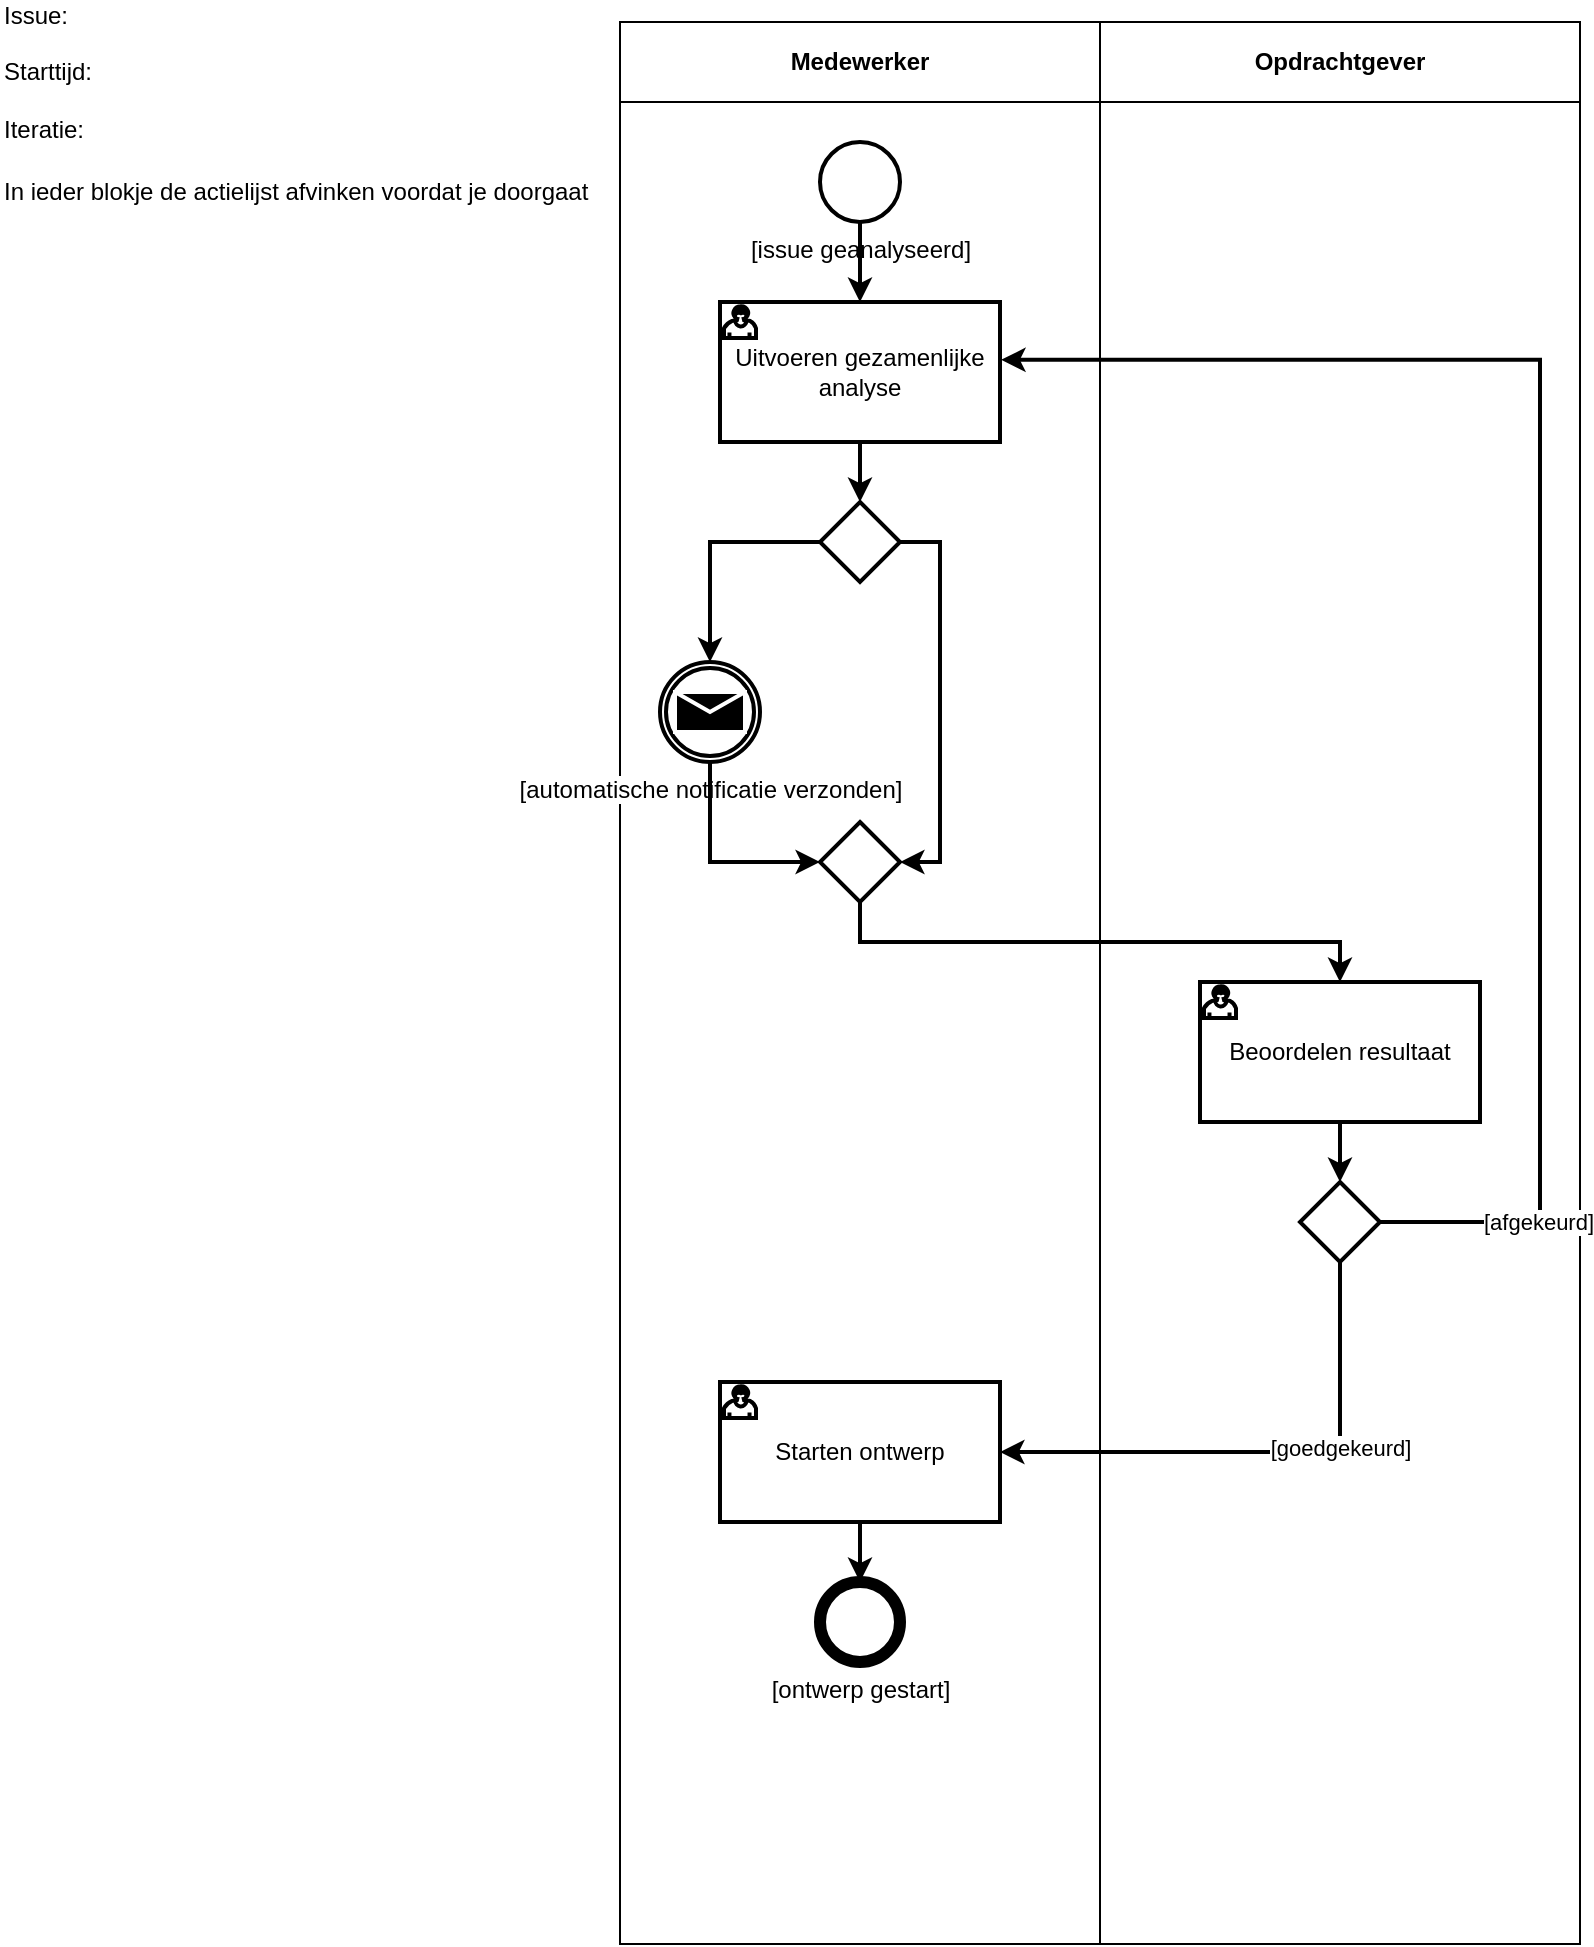
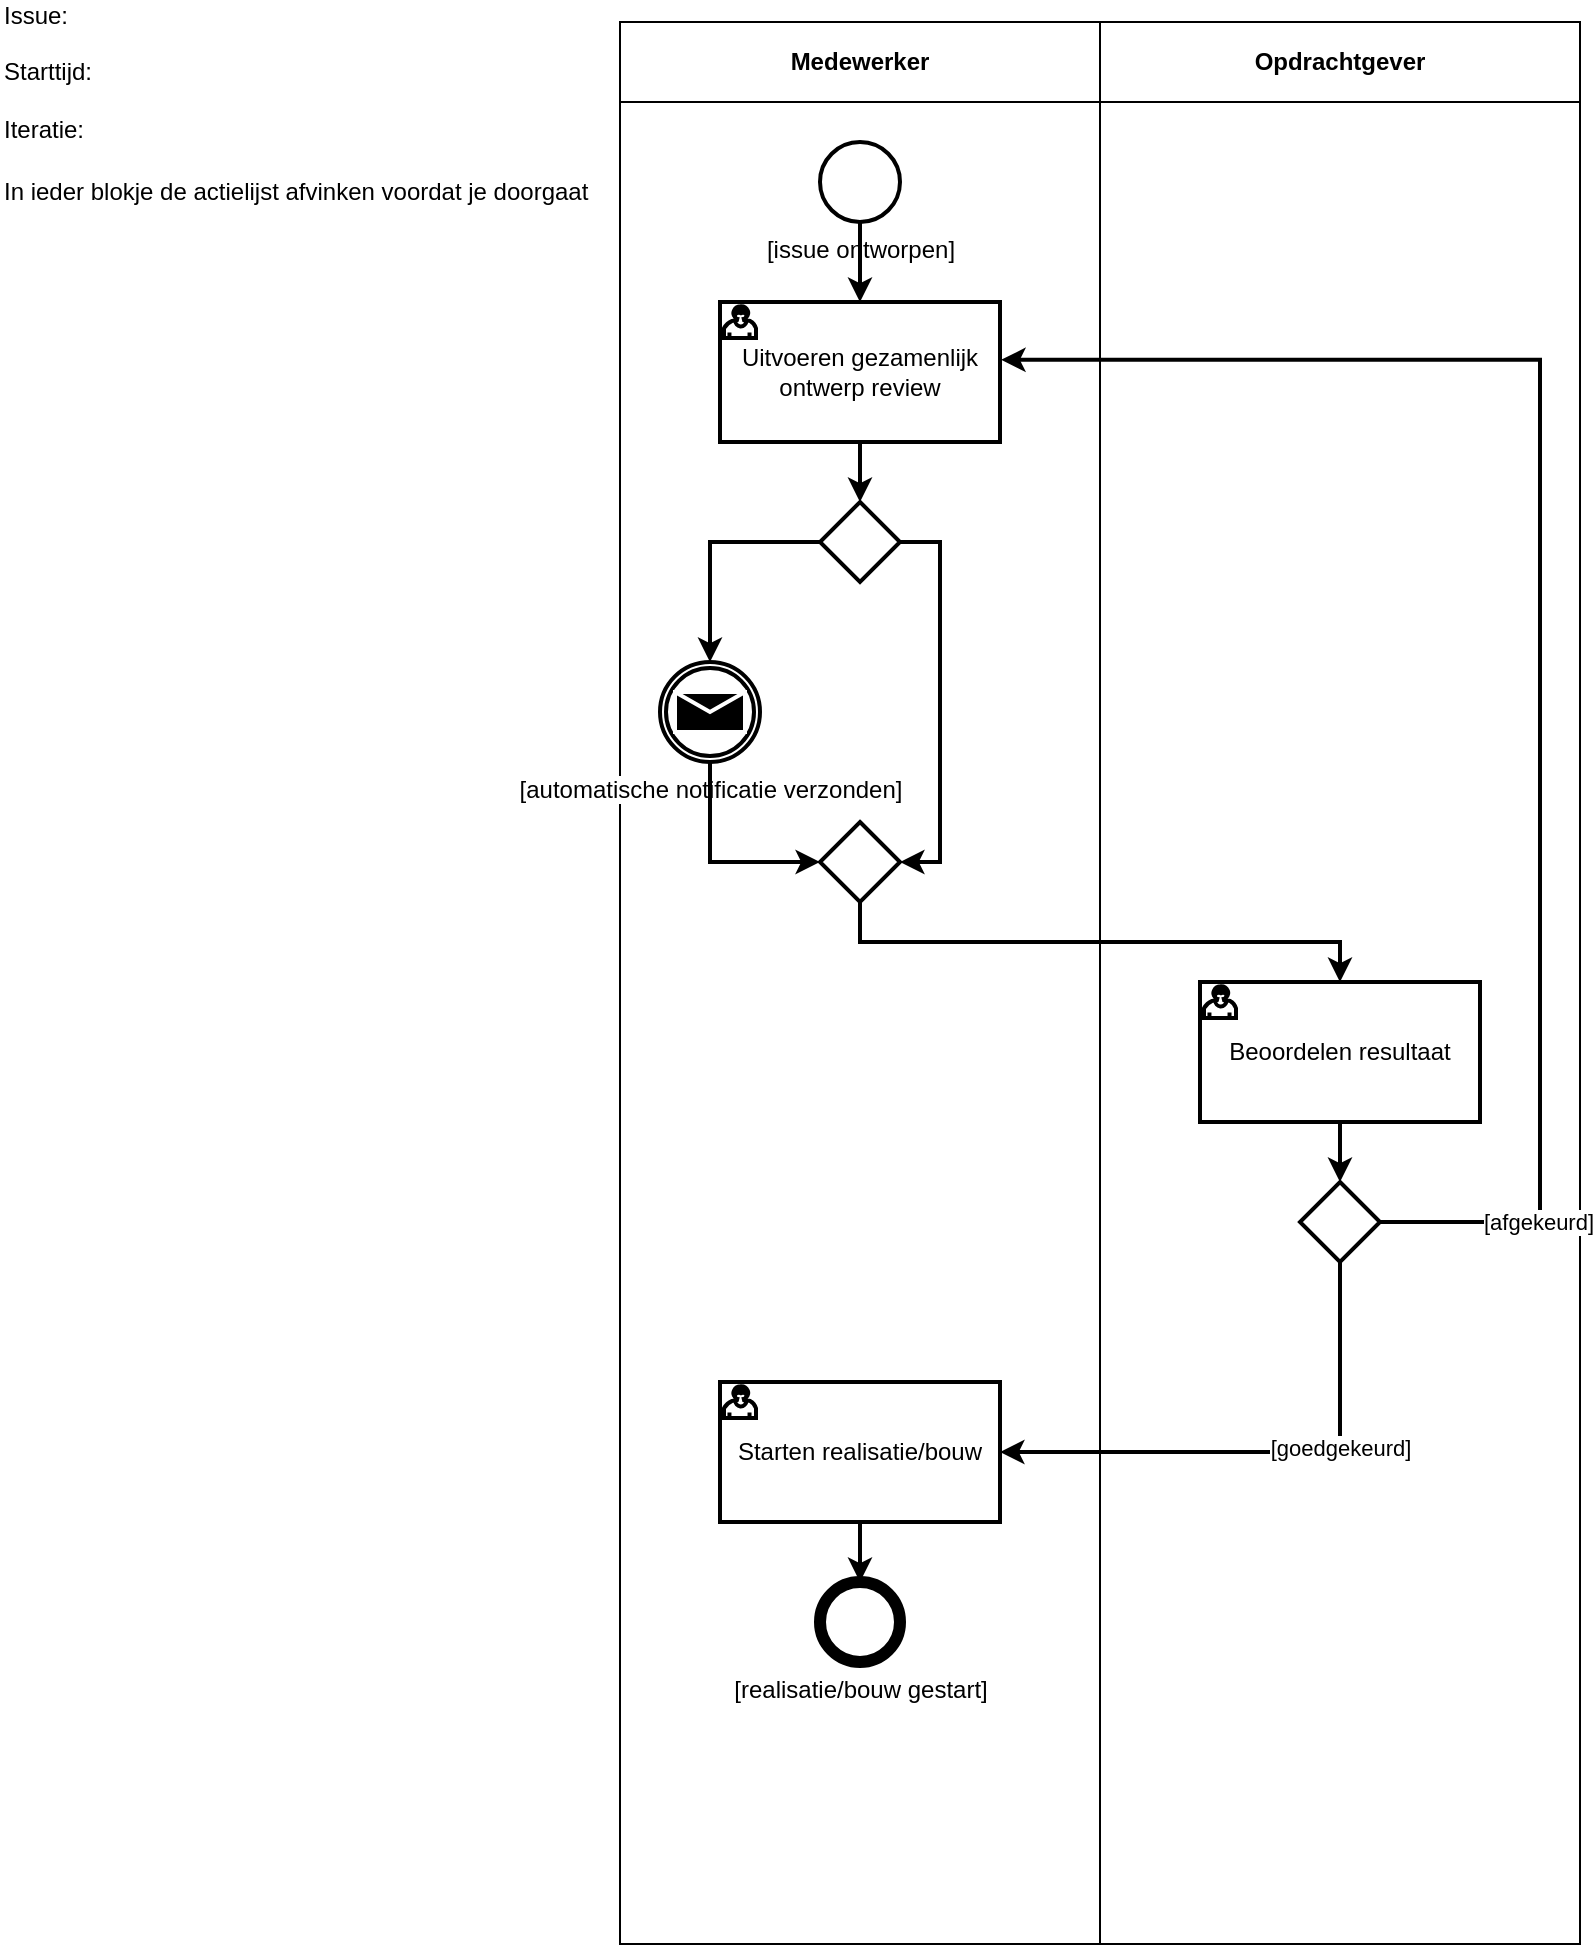
<mxfile host="Electron" agent="Mozilla/5.0 (Windows NT 10.0; Win64; x64) AppleWebKit/537.36 (KHTML, like Gecko) Chrome/143.0.0.0 Safari/537.36">
-   <diagram name="Page-1" id="XNishPgJ8gbamc2b0VwM">
+   <diagram name="Page-1" id="xUmxnnQjNxfceoNyn1dV">
    <mxGraphModel dx="969" dy="999" grid="1" gridSize="10" guides="1" tooltips="1" connect="1" arrows="1" fold="1" page="1" pageScale="1" pageWidth="827" pageHeight="1169" math="0" shadow="0">
      <root>
        <mxCell id="0" />
        <mxCell id="1" parent="0" />
        <mxCell id="mIc6XLMKuAxiAPNymMe0-18" parent="1" style="shape=table;startSize=0;container=1;collapsible=0;childLayout=tableLayout;fixedHeader=1;" value="" vertex="1">
          <mxGeometry height="961" width="480" x="320" y="20" as="geometry" />
        </mxCell>
        <mxCell id="mIc6XLMKuAxiAPNymMe0-19" parent="mIc6XLMKuAxiAPNymMe0-18" style="shape=tableRow;horizontal=0;startSize=0;swimlaneHead=0;swimlaneBody=0;strokeColor=inherit;top=0;left=0;bottom=0;right=0;collapsible=0;dropTarget=0;fillColor=none;points=[[0,0.5],[1,0.5]];portConstraint=eastwest;fixedHeader=1;" value="" vertex="1">
          <mxGeometry height="40" width="480" as="geometry" />
        </mxCell>
        <mxCell id="mIc6XLMKuAxiAPNymMe0-20" parent="mIc6XLMKuAxiAPNymMe0-19" style="shape=partialRectangle;html=1;whiteSpace=wrap;connectable=0;strokeColor=inherit;overflow=hidden;fillColor=none;top=0;left=0;bottom=0;right=0;pointerEvents=1;" value="&lt;b&gt;Medewerker&lt;/b&gt;" vertex="1">
          <mxGeometry height="40" width="240" as="geometry">
            <mxRectangle height="40" width="240" as="alternateBounds" />
          </mxGeometry>
        </mxCell>
        <mxCell id="mIc6XLMKuAxiAPNymMe0-21" parent="mIc6XLMKuAxiAPNymMe0-19" style="shape=partialRectangle;html=1;whiteSpace=wrap;connectable=0;strokeColor=inherit;overflow=hidden;fillColor=none;top=0;left=0;bottom=0;right=0;pointerEvents=1;" value="&lt;b&gt;Opdrachtgever&lt;/b&gt;" vertex="1">
          <mxGeometry height="40" width="240" x="240" as="geometry">
            <mxRectangle height="40" width="240" as="alternateBounds" />
          </mxGeometry>
        </mxCell>
        <mxCell id="mIc6XLMKuAxiAPNymMe0-22" parent="mIc6XLMKuAxiAPNymMe0-18" style="shape=tableRow;horizontal=0;startSize=0;swimlaneHead=0;swimlaneBody=0;strokeColor=inherit;top=0;left=0;bottom=0;right=0;collapsible=0;dropTarget=0;fillColor=none;points=[[0,0.5],[1,0.5]];portConstraint=eastwest;fixedHeader=1;" value="" vertex="1">
          <mxGeometry height="921" width="480" y="40" as="geometry" />
        </mxCell>
        <mxCell id="mIc6XLMKuAxiAPNymMe0-23" parent="mIc6XLMKuAxiAPNymMe0-22" style="shape=partialRectangle;html=1;whiteSpace=wrap;connectable=0;strokeColor=inherit;overflow=hidden;fillColor=none;top=0;left=0;bottom=0;right=0;pointerEvents=1;" value="" vertex="1">
          <mxGeometry height="921" width="240" as="geometry">
            <mxRectangle height="921" width="240" as="alternateBounds" />
          </mxGeometry>
        </mxCell>
        <mxCell id="mIc6XLMKuAxiAPNymMe0-24" parent="mIc6XLMKuAxiAPNymMe0-22" style="shape=partialRectangle;html=1;whiteSpace=wrap;connectable=0;strokeColor=inherit;overflow=hidden;fillColor=none;top=0;left=0;bottom=0;right=0;pointerEvents=1;" value="" vertex="1">
          <mxGeometry height="921" width="240" x="240" as="geometry">
            <mxRectangle height="921" width="240" as="alternateBounds" />
          </mxGeometry>
        </mxCell>
        <mxCell id="XehhIzECJeRqZ1Lm04T6-9" parent="1" style="text;html=1;align=left;verticalAlign=middle;whiteSpace=wrap;rounded=0;" value="Issue:&amp;nbsp; &amp;nbsp;&lt;br&gt;&lt;br&gt;Starttijd:&lt;br&gt;&lt;br&gt;Iteratie:&amp;nbsp;" vertex="1">
          <mxGeometry height="30" width="60" x="10" y="30" as="geometry" />
        </mxCell>
        <mxCell id="XehhIzECJeRqZ1Lm04T6-21" parent="1" style="text;html=1;whiteSpace=wrap;strokeColor=none;fillColor=none;align=left;verticalAlign=middle;rounded=0;labelPosition=center;verticalLabelPosition=middle;" value="In ieder blokje de actielijst afvinken voordat je doorgaat" vertex="1">
          <mxGeometry height="30" width="300" x="10" y="90" as="geometry" />
        </mxCell>
-         <object label="[issue geanalyseerd]" id="bpmn_start_event">
+         <object label="[issue ontworpen]" id="bpmn_start_event">
          <mxCell parent="1" style="shape=mxgraph.bpmn.event;html=1;verticalLabelPosition=bottom;labelBackgroundColor=#ffffff;verticalAlign=top;align=center;perimeter=ellipsePerimeter;outlineConnect=0;aspect=fixed;outline=standard;symbol=general;strokeWidth=2;" vertex="1">
            <mxGeometry height="40" width="40" x="420" y="80" as="geometry" />
          </mxCell>
        </object>
-         <object label="Uitvoeren gezamenlijke analyse" Action="401" id="bpmn_task_intake">
+         <object label="Uitvoeren gezamenlijk ontwerp review" Action="601" id="bpmn_task_intake">
          <mxCell parent="1" style="shape=mxgraph.bpmn.task;html=1;verticalAlign=middle;align=center;whiteSpace=wrap;taskMarker=user;strokeWidth=2;" vertex="1">
            <mxGeometry height="70" width="140" x="370" y="160" as="geometry" />
          </mxCell>
        </object>
        <object label="" id="bpmn_gateway_fork">
          <mxCell parent="1" style="shape=mxgraph.bpmn.gateway;html=1;align=center;verticalAlign=middle;perimeter=rhombusPerimeter;outlineConnect=0;gatewaySymbol=parallel;strokeWidth=2;" vertex="1">
            <mxGeometry height="40" width="40" x="420" y="260" as="geometry" />
          </mxCell>
        </object>
-         <object label="[automatische notificatie verzonden]" Action="402" id="bpmn_event_notification">
+         <object label="[automatische notificatie verzonden]" Action="602" id="bpmn_event_notification">
          <mxCell parent="1" style="shape=mxgraph.bpmn.event;html=1;verticalLabelPosition=bottom;labelBackgroundColor=#ffffff;verticalAlign=top;align=center;perimeter=ellipsePerimeter;outlineConnect=0;aspect=fixed;outline=throwing;symbol=message;strokeWidth=2;" vertex="1">
            <mxGeometry height="50" width="50" x="340" y="340" as="geometry" />
          </mxCell>
        </object>
        <object label="" id="bpmn_gateway_join">
          <mxCell parent="1" style="shape=mxgraph.bpmn.gateway;html=1;align=center;verticalAlign=middle;perimeter=rhombusPerimeter;outlineConnect=0;gatewaySymbol=parallel;strokeWidth=2;" vertex="1">
            <mxGeometry height="40" width="40" x="420" y="420" as="geometry" />
          </mxCell>
        </object>
-         <object label="Beoordelen resultaat" Action="403" id="bpmn_task_beoordeling">
+         <object label="Beoordelen resultaat" Action="603" id="bpmn_task_beoordeling">
          <mxCell parent="1" style="shape=mxgraph.bpmn.task;html=1;verticalAlign=middle;align=center;whiteSpace=wrap;taskMarker=user;strokeWidth=2;" vertex="1">
            <mxGeometry height="70" width="140" x="610" y="500" as="geometry" />
          </mxCell>
        </object>
        <object label="" id="bpmn_gateway_xor">
          <mxCell parent="1" style="shape=mxgraph.bpmn.gateway;html=1;align=center;verticalAlign=middle;perimeter=rhombusPerimeter;outlineConnect=0;gatewaySymbol=exclusive;strokeWidth=2;" vertex="1">
            <mxGeometry height="40" width="40" x="660" y="600" as="geometry" />
          </mxCell>
        </object>
-         <object label="Starten ontwerp" Action="404" id="bpmn_task_analyse">
+         <object label="Starten realisatie/bouw" Action="604" id="bpmn_task_analyse">
          <mxCell parent="1" style="shape=mxgraph.bpmn.task;html=1;verticalAlign=middle;align=center;whiteSpace=wrap;taskMarker=user;strokeWidth=2;" vertex="1">
            <mxGeometry height="70" width="140" x="370" y="700" as="geometry" />
          </mxCell>
        </object>
-         <object label="[ontwerp gestart]" id="bpmn_end_event">
+         <object label="[realisatie/bouw gestart]" id="bpmn_end_event">
          <mxCell parent="1" style="shape=mxgraph.bpmn.event;html=1;verticalLabelPosition=bottom;labelBackgroundColor=#ffffff;verticalAlign=top;align=center;perimeter=ellipsePerimeter;outlineConnect=0;aspect=fixed;outline=end;symbol=general;strokeWidth=2;" vertex="1">
            <mxGeometry height="40" width="40" x="420" y="800" as="geometry" />
          </mxCell>
        </object>
        <mxCell id="edge_start_to_intake" edge="1" parent="1" source="bpmn_start_event" style="edgeStyle=orthogonalEdgeStyle;rounded=0;orthogonalLoop=1;jettySize=auto;html=1;strokeWidth=2;exitX=0.5;exitY=1;entryX=0.5;entryY=0;" target="bpmn_task_intake">
          <mxGeometry relative="1" as="geometry" />
        </mxCell>
        <mxCell id="edge_intake_to_fork" edge="1" parent="1" source="bpmn_task_intake" style="edgeStyle=orthogonalEdgeStyle;rounded=0;orthogonalLoop=1;jettySize=auto;html=1;strokeWidth=2;exitX=0.5;exitY=1;entryX=0.5;entryY=0;" target="bpmn_gateway_fork">
          <mxGeometry relative="1" as="geometry" />
        </mxCell>
        <mxCell id="edge_fork_to_notification" edge="1" parent="1" source="bpmn_gateway_fork" style="edgeStyle=orthogonalEdgeStyle;rounded=0;orthogonalLoop=1;jettySize=auto;html=1;strokeWidth=2;exitX=0;exitY=0.5;entryX=0.5;entryY=0;" target="bpmn_event_notification">
          <mxGeometry relative="1" as="geometry" />
        </mxCell>
        <mxCell id="edge_notification_to_join" edge="1" parent="1" source="bpmn_event_notification" style="edgeStyle=orthogonalEdgeStyle;rounded=0;orthogonalLoop=1;jettySize=auto;html=1;strokeWidth=2;exitX=0.5;exitY=1;entryX=0;entryY=0.5;" target="bpmn_gateway_join">
          <mxGeometry relative="1" as="geometry" />
        </mxCell>
        <mxCell id="edge_fork_to_join_direct" edge="1" parent="1" source="bpmn_gateway_fork" style="edgeStyle=orthogonalEdgeStyle;rounded=0;orthogonalLoop=1;jettySize=auto;html=1;strokeWidth=2;exitX=1;exitY=0.5;entryX=1;entryY=0.5;" target="bpmn_gateway_join">
          <mxGeometry relative="1" as="geometry">
            <Array as="points">
              <mxPoint x="480" y="280" />
              <mxPoint x="480" y="440" />
            </Array>
          </mxGeometry>
        </mxCell>
        <mxCell id="edge_join_to_beoordelen" edge="1" parent="1" source="bpmn_gateway_join" style="edgeStyle=orthogonalEdgeStyle;rounded=0;orthogonalLoop=1;jettySize=auto;html=1;strokeWidth=2;exitX=0.5;exitY=1;entryX=0.5;entryY=0;" target="bpmn_task_beoordeling">
          <mxGeometry relative="1" as="geometry" />
        </mxCell>
        <mxCell id="edge_beoordelen_to_xor" edge="1" parent="1" source="bpmn_task_beoordeling" style="edgeStyle=orthogonalEdgeStyle;rounded=0;orthogonalLoop=1;jettySize=auto;html=1;strokeWidth=2;exitX=0.5;exitY=1;entryX=0.5;entryY=0;" target="bpmn_gateway_xor">
          <mxGeometry relative="1" as="geometry" />
        </mxCell>
-         <object label="[goedgekeurd]" Action="404T" id="edge_xor_to_analyse">
+         <object label="[goedgekeurd]" Action="604T" id="edge_xor_to_analyse">
          <mxCell edge="1" parent="1" source="bpmn_gateway_xor" style="edgeStyle=orthogonalEdgeStyle;rounded=0;orthogonalLoop=1;jettySize=auto;html=1;strokeWidth=2;exitX=0.5;exitY=1;entryX=1;entryY=0.5;" target="bpmn_task_analyse">
            <mxGeometry relative="1" x="-0.3" as="geometry">
              <mxPoint as="offset" />
            </mxGeometry>
          </mxCell>
        </object>
-         <object label="[afgekeurd]" Action="404F" id="edge_xor_to_intake">
+         <object label="[afgekeurd]" Action="604F" id="edge_xor_to_intake">
          <mxCell edge="1" parent="1" source="bpmn_gateway_xor" style="edgeStyle=orthogonalEdgeStyle;rounded=0;orthogonalLoop=1;jettySize=auto;html=1;strokeWidth=2;exitX=1;exitY=0.5;entryX=1.004;entryY=0.413;entryDx=0;entryDy=0;entryPerimeter=0;" target="bpmn_task_intake">
            <mxGeometry relative="1" x="-0.7994" as="geometry">
              <mxPoint as="offset" />
              <Array as="points">
                <mxPoint x="780" y="620" />
                <mxPoint x="780" y="189" />
              </Array>
              <mxPoint x="540" y="190" as="targetPoint" />
            </mxGeometry>
          </mxCell>
        </object>
        <mxCell id="edge_analyse_to_end" edge="1" parent="1" source="bpmn_task_analyse" style="edgeStyle=orthogonalEdgeStyle;rounded=0;orthogonalLoop=1;jettySize=auto;html=1;strokeWidth=2;exitX=0.5;exitY=1;entryX=0.5;entryY=0;" target="bpmn_end_event">
          <mxGeometry relative="1" as="geometry" />
        </mxCell>
      </root>
    </mxGraphModel>
  </diagram>
- </mxfile>
+ </mxfile>